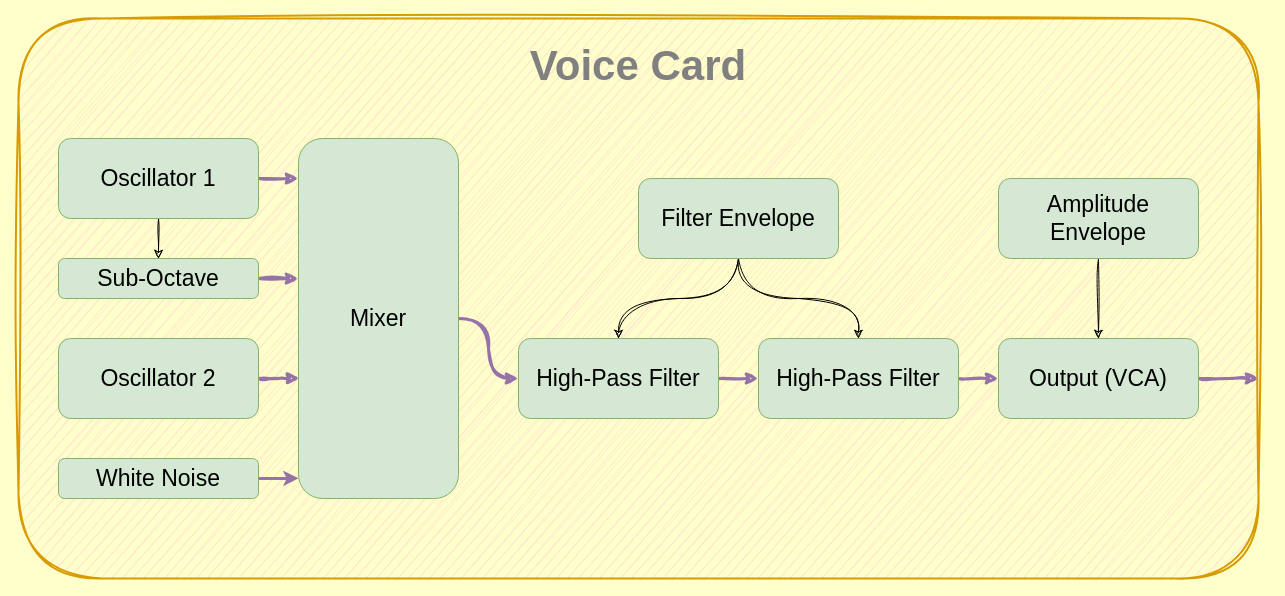
Above: flowcharts/p6_voicecard.drawio in wnetzel/all_in_the_multitouch (draw.io), before the change. Source tidied: cells renumbered, new cells numbered last; positions are measured from the earlier drawing's top-left corner, leaving out a move shared by most shapes. Both pictures are drawn from the tidied source at 100%, with x=0, y=0 at pixel (18, 18).
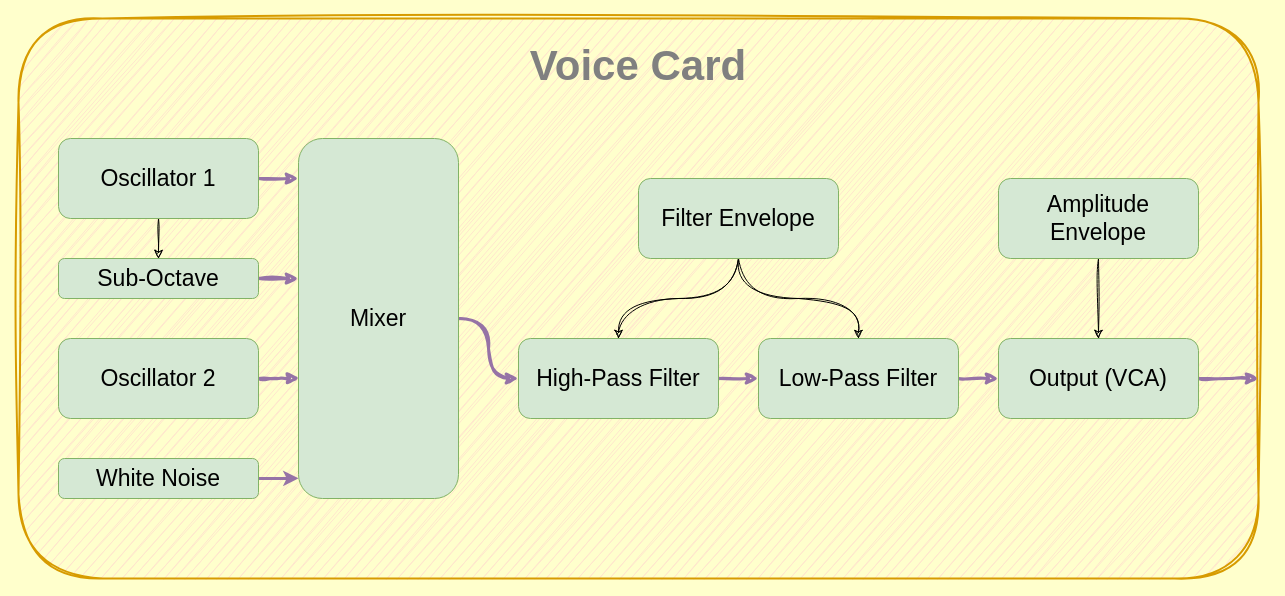
After the change.

Diff of the diagram source:
```diff
@@
-    <mxCell id="20" value="High-Pass Filter" style="rounded=1;whiteSpace=wrap;html=1;fillColor=#d5e8d4;strokeColor=#82b366;fontStyle=0;fontSize=23;" parent="1" vertex="1">
+    <mxCell id="20" value="Low-Pass Filter" style="rounded=1;whiteSpace=wrap;html=1;fillColor=#d5e8d4;strokeColor=#82b366;fontStyle=0;fontSize=23;" parent="1" vertex="1">
       <mxGeometry x="740" y="320" width="200" height="80" as="geometry" />
     </mxCell>
```
